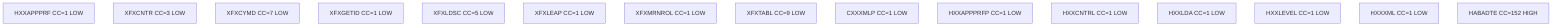
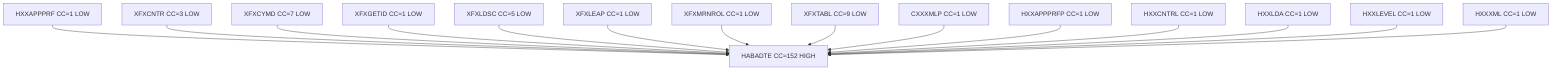
%% Complexity Heatmap
flowchart TD
    N0["HXXAPPPRF CC=1 LOW"]
    N1["XFXCNTR CC=3 LOW"]
    N2["XFXCYMD CC=7 LOW"]
    N3["XFXGETID CC=1 LOW"]
    N4["XFXLDSC CC=5 LOW"]
    N5["XFXLEAP CC=1 LOW"]
    N6["XFXMRNROL CC=1 LOW"]
    N7["XFXTABL CC=9 LOW"]
    N8["CXXXMLP CC=1 LOW"]
    N9["HXXAPPPRFP CC=1 LOW"]
    N10["HXXCNTRL CC=1 LOW"]
    N11["HXXLDA CC=1 LOW"]
    N12["HXXLEVEL CC=1 LOW"]
    N13["HXXXML CC=1 LOW"]
    N14["HABADTE CC=152 HIGH"]
- ```
+     N0 --> N14
+     N1 --> N14
+     N2 --> N14
+     N3 --> N14
+     N4 --> N14
+     N5 --> N14
+     N6 --> N14
+     N7 --> N14
+     N8 --> N14
+     N9 --> N14
+     N10 --> N14
+     N11 --> N14
+     N12 --> N14
+     N13 --> N14
